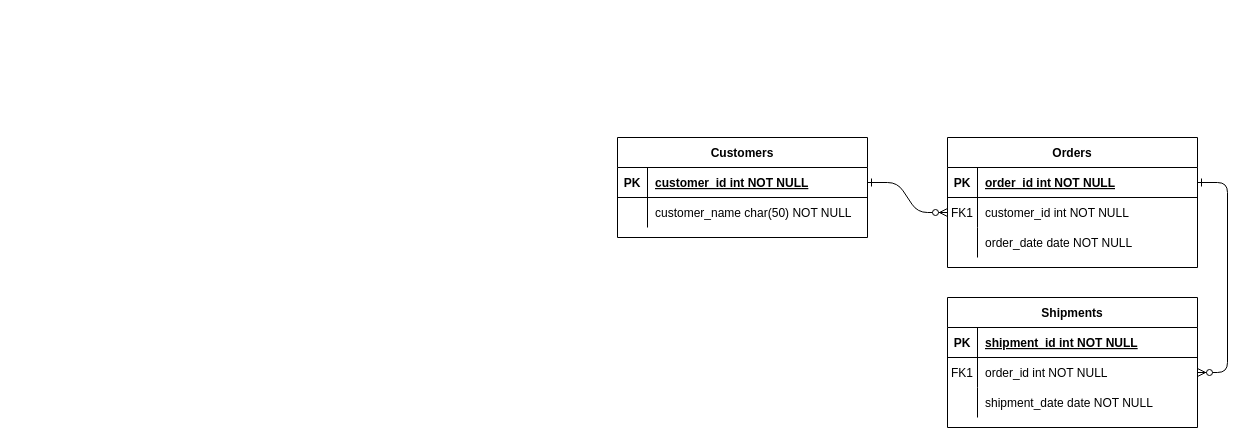
The draw.io diagram Untitled Diagram.drawio in dcar2121/sl4, before the edit. Source tidied: cells renumbered, new cells numbered last; positions are measured from the earlier drawing's top-left corner, leaving out a move shared by most shapes. Both pictures are drawn from the tidied source at 100%, with x=0, y=0 at pixel (617, 137).
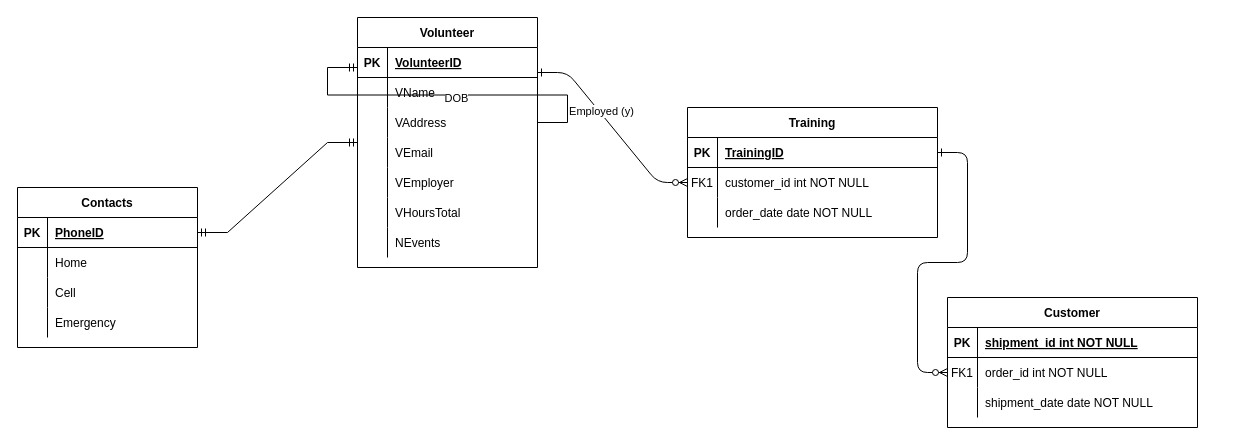
The same page after the edit.

The change refers to these unchanged cells:
```xml
<mxCell id="5" style="shape=partialRectangle;fillColor=none;points=[[0,0.5],[1,0.5]];portConstraint=eastwest;top=0;left=0;right=0;bottom=1;" parent="4" vertex="1">
  <mxGeometry y="30" width="250" height="30" as="geometry" />
</mxCell>
<mxCell id="8" style="shape=partialRectangle;fillColor=none;points=[[0,0.5],[1,0.5]];portConstraint=eastwest;top=0;left=0;right=0;bottom=0;" parent="4" vertex="1">
  <mxGeometry y="60" width="250" height="30" as="geometry" />
</mxCell>
```

What changed in the source:
```diff
@@
-    <mxCell id="2" style="edgeStyle=entityRelationEdgeStyle;endArrow=ERzeroToMany;startArrow=ERone;endFill=1;startFill=0;" parent="1" edge="1" source="25" target="8">
-      <mxGeometry relative="1" as="geometry" />
+    <mxCell id="2" style="edgeStyle=entityRelationEdgeStyle;endArrow=ERzeroToMany;startArrow=ERone;endFill=1;startFill=0;" parent="1" edge="1" target="8">
+      <mxGeometry relative="1" as="geometry">
+        <mxPoint x="-80" y="-65" as="sourcePoint" />
+      </mxGeometry>
     </mxCell>
+    <mxCell id="31" value="Employed (y)" style="edgeLabel;html=1;align=center;verticalAlign=middle;" parent="2" vertex="1">
+      <mxGeometry x="-0.2" y="1" relative="1" as="geometry" />
+    </mxCell>
@@
-    <mxCell id="4" value="Orders" style="shape=table;startSize=30;childLayout=tableLayout;rowLines=0;fontStyle=1;align=center;" parent="1" vertex="1">
-      <mxGeometry x="330" width="250" height="130" as="geometry" />
+    <mxCell id="4" value="Training" style="shape=table;startSize=30;childLayout=tableLayout;rowLines=0;fontStyle=1;align=center;" parent="1" vertex="1">
+      <mxGeometry x="70" y="-30" width="250" height="130" as="geometry" />
     </mxCell>
@@
-    <mxCell id="7" value="order_id int NOT NULL " style="shape=partialRectangle;overflow=hidden;fillColor=none;top=0;left=0;bottom=0;right=0;align=left;spacingLeft=6;fontStyle=5;" parent="5" vertex="1">
+    <mxCell id="7" value="TrainingID" style="shape=partialRectangle;overflow=hidden;fillColor=none;top=0;left=0;bottom=0;right=0;align=left;spacingLeft=6;fontStyle=5;" parent="5" vertex="1">
       <mxGeometry x="30" width="220" height="30" as="geometry" />
     </mxCell>
@@
-    <mxCell id="14" value="Shipments" style="shape=table;startSize=30;childLayout=tableLayout;rowLines=0;fontStyle=1;align=center;" parent="1" vertex="1">
+    <mxCell id="14" value="Customer" style="shape=table;startSize=30;childLayout=tableLayout;rowLines=0;fontStyle=1;align=center;" parent="1" vertex="1">
       <mxGeometry x="330" y="160" width="250" height="130" as="geometry" />
     </mxCell>
@@
-    <mxCell id="24" value="Customers" style="shape=table;startSize=30;childLayout=tableLayout;rowLines=0;fontStyle=1;align=center;" parent="1" vertex="1">
-      <mxGeometry width="250" height="100" as="geometry" />
-    </mxCell>
-    <mxCell id="25" style="shape=partialRectangle;fillColor=none;points=[[0,0.5],[1,0.5]];portConstraint=eastwest;top=0;left=0;right=0;bottom=1;" parent="24" vertex="1">
-      <mxGeometry y="30" width="250" height="30" as="geometry" />
-    </mxCell>
-    <mxCell id="26" value="PK" style="shape=partialRectangle;overflow=hidden;fillColor=none;top=0;left=0;bottom=0;right=0;fontStyle=1;" parent="25" vertex="1">
-      <mxGeometry width="30" height="30" as="geometry" />
-    </mxCell>
-    <mxCell id="27" value="customer_id int NOT NULL " style="shape=partialRectangle;overflow=hidden;fillColor=none;top=0;left=0;bottom=0;right=0;align=left;spacingLeft=6;fontStyle=5;" parent="25" vertex="1">
-      <mxGeometry x="30" width="220" height="30" as="geometry" />
-    </mxCell>
-    <mxCell id="28" style="shape=partialRectangle;fillColor=none;top=0;left=0;right=0;bottom=0;" parent="24" vertex="1">
-      <mxGeometry y="60" width="250" height="30" as="geometry" />
-    </mxCell>
-    <mxCell id="29" style="shape=partialRectangle;overflow=hidden;fillColor=none;top=0;left=0;bottom=0;right=0;" parent="28" vertex="1">
-      <mxGeometry width="30" height="30" as="geometry" />
-    </mxCell>
-    <mxCell id="30" value="customer_name char(50) NOT NULL" style="shape=partialRectangle;overflow=hidden;fillColor=none;top=0;left=0;bottom=0;right=0;align=left;spacingLeft=6;" parent="28" vertex="1">
-      <mxGeometry x="30" width="220" height="30" as="geometry" />
-    </mxCell>
+    <mxCell id="32" value="Contacts" style="shape=table;startSize=30;childLayout=tableLayout;rowLines=0;fontStyle=1;align=center;" parent="1" vertex="1">
+      <mxGeometry x="-600" y="50" width="180" height="160" as="geometry" />
+    </mxCell>
+    <mxCell id="33" style="shape=tableRow;horizontal=0;startSize=0;swimlaneHead=0;swimlaneBody=0;fillColor=none;points=[[0,0.5],[1,0.5]];portConstraint=eastwest;top=0;left=0;right=0;bottom=1;" parent="32" vertex="1">
+      <mxGeometry y="30" width="180" height="30" as="geometry" />
+    </mxCell>
+    <mxCell id="34" value="PK" style="shape=partialRectangle;fillColor=none;top=0;left=0;bottom=0;right=0;fontStyle=1;overflow=hidden;" parent="33" vertex="1">
+      <mxGeometry width="30" height="30" as="geometry" />
+    </mxCell>
+    <mxCell id="35" value="PhoneID" style="shape=partialRectangle;fillColor=none;top=0;left=0;bottom=0;right=0;align=left;spacingLeft=6;fontStyle=5;overflow=hidden;" parent="33" vertex="1">
+      <mxGeometry x="30" width="150" height="30" as="geometry" />
+    </mxCell>
+    <mxCell id="36" style="shape=tableRow;horizontal=0;startSize=0;swimlaneHead=0;swimlaneBody=0;fillColor=none;top=0;left=0;right=0;bottom=0;" parent="32" vertex="1">
+      <mxGeometry y="60" width="180" height="30" as="geometry" />
+    </mxCell>
+    <mxCell id="37" style="shape=partialRectangle;fillColor=none;top=0;left=0;bottom=0;right=0;overflow=hidden;" parent="36" vertex="1">
+      <mxGeometry width="30" height="30" as="geometry" />
+    </mxCell>
+    <mxCell id="38" value="Home" style="shape=partialRectangle;fillColor=none;top=0;left=0;bottom=0;right=0;align=left;spacingLeft=6;overflow=hidden;" parent="36" vertex="1">
+      <mxGeometry x="30" width="150" height="30" as="geometry" />
+    </mxCell>
+    <mxCell id="39" style="shape=tableRow;horizontal=0;startSize=0;swimlaneHead=0;swimlaneBody=0;fillColor=none;top=0;left=0;right=0;bottom=0;" parent="32" vertex="1">
+      <mxGeometry y="90" width="180" height="30" as="geometry" />
+    </mxCell>
+    <mxCell id="40" style="shape=partialRectangle;fillColor=none;top=0;left=0;bottom=0;right=0;overflow=hidden;" parent="39" vertex="1">
+      <mxGeometry width="30" height="30" as="geometry" />
+    </mxCell>
+    <mxCell id="41" value="Cell" style="shape=partialRectangle;fillColor=none;top=0;left=0;bottom=0;right=0;align=left;spacingLeft=6;overflow=hidden;" parent="39" vertex="1">
+      <mxGeometry x="30" width="150" height="30" as="geometry" />
+    </mxCell>
+    <mxCell id="42" style="shape=tableRow;horizontal=0;startSize=0;swimlaneHead=0;swimlaneBody=0;fillColor=none;top=0;left=0;right=0;bottom=0;" parent="32" vertex="1">
+      <mxGeometry y="120" width="180" height="30" as="geometry" />
+    </mxCell>
+    <mxCell id="43" style="shape=partialRectangle;fillColor=none;top=0;left=0;bottom=0;right=0;overflow=hidden;" parent="42" vertex="1">
+      <mxGeometry width="30" height="30" as="geometry" />
+    </mxCell>
+    <mxCell id="44" value="Emergency" style="shape=partialRectangle;fillColor=none;top=0;left=0;bottom=0;right=0;align=left;spacingLeft=6;overflow=hidden;" parent="42" vertex="1">
+      <mxGeometry x="30" width="150" height="30" as="geometry" />
+    </mxCell>
+    <mxCell id="45" value="Volunteer" style="shape=table;startSize=30;childLayout=tableLayout;rowLines=0;fontStyle=1;align=center;" parent="1" vertex="1">
+      <mxGeometry x="-260" y="-120" width="180" height="250" as="geometry" />
+    </mxCell>
+    <mxCell id="46" style="shape=tableRow;horizontal=0;startSize=0;swimlaneHead=0;swimlaneBody=0;fillColor=none;top=0;left=0;right=0;bottom=1;" parent="45" vertex="1">
+      <mxGeometry y="30" width="180" height="30" as="geometry" />
+    </mxCell>
+    <mxCell id="47" value="PK" style="shape=partialRectangle;fillColor=none;top=0;left=0;bottom=0;right=0;fontStyle=1;overflow=hidden;" parent="46" vertex="1">
+      <mxGeometry width="30" height="30" as="geometry" />
+    </mxCell>
+    <mxCell id="48" value="VolunteerID" style="shape=partialRectangle;fillColor=none;top=0;left=0;bottom=0;right=0;align=left;spacingLeft=6;fontStyle=5;overflow=hidden;" parent="46" vertex="1">
+      <mxGeometry x="30" width="150" height="30" as="geometry" />
+    </mxCell>
+    <mxCell id="49" style="shape=tableRow;horizontal=0;startSize=0;swimlaneHead=0;swimlaneBody=0;fillColor=none;top=0;left=0;right=0;bottom=0;" parent="45" vertex="1">
+      <mxGeometry y="60" width="180" height="30" as="geometry" />
+    </mxCell>
+    <mxCell id="50" style="shape=partialRectangle;fillColor=none;top=0;left=0;bottom=0;right=0;overflow=hidden;" parent="49" vertex="1">
+      <mxGeometry width="30" height="30" as="geometry" />
+    </mxCell>
+    <mxCell id="51" value="VName" style="shape=partialRectangle;fillColor=none;top=0;left=0;bottom=0;right=0;align=left;spacingLeft=6;overflow=hidden;" parent="49" vertex="1">
+      <mxGeometry x="30" width="150" height="30" as="geometry" />
+    </mxCell>
+    <mxCell id="52" style="shape=tableRow;horizontal=0;startSize=0;swimlaneHead=0;swimlaneBody=0;fillColor=none;points=[[0,0.5],[1,0.5]];portConstraint=eastwest;top=0;left=0;right=0;bottom=0;" parent="45" vertex="1">
+      <mxGeometry y="90" width="180" height="30" as="geometry" />
+    </mxCell>
+    <mxCell id="53" style="shape=partialRectangle;fillColor=none;top=0;left=0;bottom=0;right=0;overflow=hidden;" parent="52" vertex="1">
+      <mxGeometry width="30" height="30" as="geometry" />
+    </mxCell>
+    <mxCell id="54" value="VAddress" style="shape=partialRectangle;fillColor=none;top=0;left=0;bottom=0;right=0;align=left;spacingLeft=6;overflow=hidden;" parent="52" vertex="1">
+      <mxGeometry x="30" width="150" height="30" as="geometry" />
+    </mxCell>
+    <mxCell id="55" style="shape=tableRow;horizontal=0;startSize=0;swimlaneHead=0;swimlaneBody=0;fillColor=none;top=0;left=0;right=0;bottom=0;" parent="45" vertex="1">
+      <mxGeometry y="120" width="180" height="30" as="geometry" />
+    </mxCell>
+    <mxCell id="56" style="shape=partialRectangle;fillColor=none;top=0;left=0;bottom=0;right=0;overflow=hidden;" parent="55" vertex="1">
+      <mxGeometry width="30" height="30" as="geometry" />
+    </mxCell>
+    <mxCell id="57" value="VEmail" style="shape=partialRectangle;fillColor=none;top=0;left=0;bottom=0;right=0;align=left;spacingLeft=6;overflow=hidden;" parent="55" vertex="1">
+      <mxGeometry x="30" width="150" height="30" as="geometry" />
+    </mxCell>
+    <mxCell id="58" style="shape=tableRow;horizontal=0;startSize=0;swimlaneHead=0;swimlaneBody=0;fillColor=none;top=0;left=0;right=0;bottom=0;" parent="45" vertex="1">
+      <mxGeometry y="150" width="180" height="30" as="geometry" />
+    </mxCell>
+    <mxCell id="59" style="shape=partialRectangle;fillColor=none;top=0;left=0;bottom=0;right=0;overflow=hidden;" parent="58" vertex="1">
+      <mxGeometry width="30" height="30" as="geometry" />
+    </mxCell>
+    <mxCell id="60" value="VEmployer" style="shape=partialRectangle;fillColor=none;top=0;left=0;bottom=0;right=0;align=left;spacingLeft=6;overflow=hidden;" parent="58" vertex="1">
+      <mxGeometry x="30" width="150" height="30" as="geometry" />
+    </mxCell>
+    <mxCell id="61" style="shape=tableRow;horizontal=0;startSize=0;swimlaneHead=0;swimlaneBody=0;fillColor=none;top=0;left=0;right=0;bottom=0;" parent="45" vertex="1">
+      <mxGeometry y="180" width="180" height="30" as="geometry" />
+    </mxCell>
+    <mxCell id="62" style="shape=partialRectangle;fillColor=none;top=0;left=0;bottom=0;right=0;overflow=hidden;" parent="61" vertex="1">
+      <mxGeometry width="30" height="30" as="geometry" />
+    </mxCell>
+    <mxCell id="63" value="VHoursTotal" style="shape=partialRectangle;fillColor=none;top=0;left=0;bottom=0;right=0;align=left;spacingLeft=6;overflow=hidden;" parent="61" vertex="1">
+      <mxGeometry x="30" width="150" height="30" as="geometry" />
+    </mxCell>
+    <mxCell id="64" style="shape=tableRow;horizontal=0;startSize=0;swimlaneHead=0;swimlaneBody=0;fillColor=none;top=0;left=0;right=0;bottom=0;" parent="45" vertex="1">
+      <mxGeometry y="210" width="180" height="30" as="geometry" />
+    </mxCell>
+    <mxCell id="65" style="shape=partialRectangle;fillColor=none;top=0;left=0;bottom=0;right=0;overflow=hidden;" parent="64" vertex="1">
+      <mxGeometry width="30" height="30" as="geometry" />
+    </mxCell>
+    <mxCell id="66" value="NEvents" style="shape=partialRectangle;fillColor=none;top=0;left=0;bottom=0;right=0;align=left;spacingLeft=6;overflow=hidden;" parent="64" vertex="1">
+      <mxGeometry x="30" width="150" height="30" as="geometry" />
+    </mxCell>
+    <mxCell id="67" style="edgeStyle=entityRelationEdgeStyle;fontSize=12;html=1;endArrow=ERmandOne;rounded=0;" parent="1" edge="1" source="52">
+      <mxGeometry relative="1" as="geometry">
+        <mxPoint x="-260" y="-70" as="targetPoint" />
+      </mxGeometry>
+    </mxCell>
+    <mxCell id="68" value="DOB" style="edgeLabel;html=1;align=center;verticalAlign=middle;" parent="67" vertex="1">
+      <mxGeometry x="-0.05" y="3" relative="1" as="geometry" />
+    </mxCell>
+    <mxCell id="69" style="edgeStyle=entityRelationEdgeStyle;fontSize=12;html=1;endArrow=ERmandOne;startArrow=ERmandOne;rounded=0;entryX=0;entryY=1.167;entryDx=0;entryDy=0;entryPerimeter=0;" parent="1" edge="1" source="33" target="52">
+      <mxGeometry relative="1" as="geometry" />
+    </mxCell>
```
